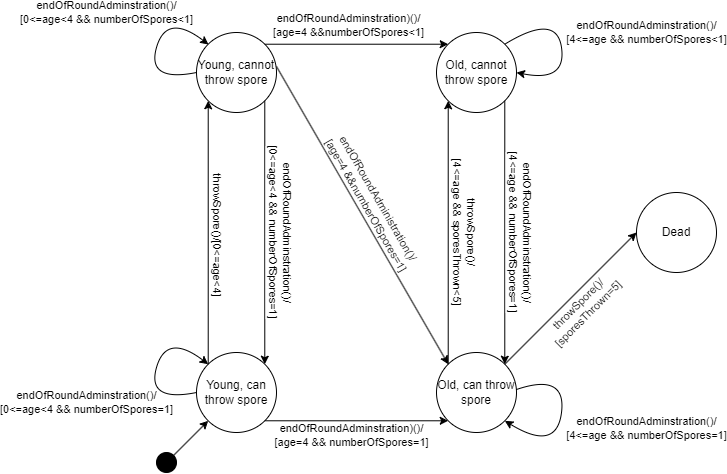
Darknet500/Pandora-Fungis keeps this draw.io diagram as UML/reszletes tervek state machinek/mushroom statemachine.png. Above is the earlier version. Source tidied: cells renumbered, new cells last; positions are measured from the earlier drawing's top-left corner, leaving out a move shared by most shapes.
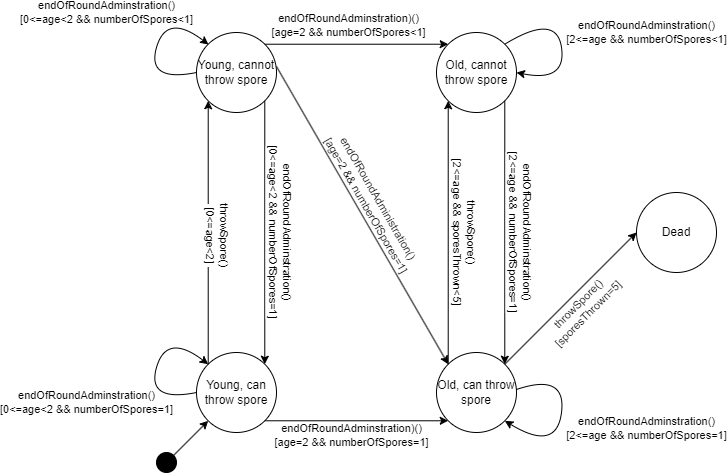
Later version of the same file.

Change to the diagram source:
```diff
@@ -26,7 +26,7 @@
     <mxCell id="9" style="endArrow=classic;html=1;rounded=0;entryX=0;entryY=1;entryDx=0;entryDy=0;exitX=0;exitY=0;exitDx=0;exitDy=0;" parent="1" edge="1" source="2" target="3">
       <mxGeometry relative="1" as="geometry" />
     </mxCell>
-    <mxCell id="10" value="throwSpore()/[0&amp;lt;=age&amp;lt;4]" style="edgeLabel;html=1;align=center;verticalAlign=middle;rotation=90;" parent="9" vertex="1">
+    <mxCell id="10" value="throwSpore()&lt;br&gt;[0&amp;lt;=age&amp;lt;2]" style="edgeLabel;html=1;align=center;verticalAlign=middle;rotation=90;" parent="9" vertex="1">
       <mxGeometry x="-0.02" y="-1" relative="1" as="geometry">
         <mxPoint x="9" as="offset" />
       </mxGeometry>
@@ -34,7 +34,7 @@
     <mxCell id="11" style="endArrow=classic;html=1;rounded=0;exitX=1;exitY=1;exitDx=0;exitDy=0;entryX=1;entryY=0;entryDx=0;entryDy=0;" parent="1" edge="1" source="3" target="2">
       <mxGeometry relative="1" as="geometry" />
     </mxCell>
-    <mxCell id="12" value="endOfRoundAdminstration()/&lt;br&gt;[0&amp;lt;=age&amp;lt;4 &amp;amp;&amp;amp; numberOfSpores=1]" style="edgeLabel;html=1;align=center;verticalAlign=middle;rotation=90;" parent="11" vertex="1">
+    <mxCell id="12" value="endOfRoundAdminstration()&lt;br&gt;[0&amp;lt;=age&amp;lt;2 &amp;amp;&amp;amp; numberOfSpores=1]" style="edgeLabel;html=1;align=center;verticalAlign=middle;rotation=90;" parent="11" vertex="1">
       <mxGeometry x="0.06" y="1" relative="1" as="geometry">
         <mxPoint x="15" y="-8" as="offset" />
       </mxGeometry>
@@ -42,7 +42,7 @@
     <mxCell id="13" style="endArrow=classic;html=1;rounded=0;exitX=1;exitY=0;exitDx=0;exitDy=0;entryX=0;entryY=0;entryDx=0;entryDy=0;" parent="1" edge="1" source="3" target="5">
       <mxGeometry relative="1" as="geometry" />
     </mxCell>
-    <mxCell id="14" value="endOfRoundAdminstration)()/&lt;br&gt;[age=4 &amp;amp;&amp;amp;numberOfSpores&amp;lt;1]" style="edgeLabel;html=1;align=center;verticalAlign=middle;" parent="13" vertex="1">
+    <mxCell id="14" value="endOfRoundAdminstration)()&lt;br&gt;[age=2 &amp;amp;&amp;amp; numberOfSpores&amp;lt;1]" style="edgeLabel;html=1;align=center;verticalAlign=middle;" parent="13" vertex="1">
       <mxGeometry x="-0.39" relative="1" as="geometry">
         <mxPoint x="27" y="-19" as="offset" />
       </mxGeometry>
@@ -50,7 +50,7 @@
     <mxCell id="15" style="endArrow=classic;html=1;rounded=0;exitX=1;exitY=1;exitDx=0;exitDy=0;entryX=0;entryY=1;entryDx=0;entryDy=0;" parent="1" edge="1" source="2" target="4">
       <mxGeometry relative="1" as="geometry" />
     </mxCell>
-    <mxCell id="16" value="endOfRoundAdminstration)()/&lt;br&gt;[age=4 &amp;amp;&amp;amp; numberOfSpores=1]" style="edgeLabel;html=1;align=center;verticalAlign=middle;" parent="15" vertex="1">
+    <mxCell id="16" value="endOfRoundAdminstration)()&lt;br&gt;[age=2 &amp;amp;&amp;amp; numberOfSpores=1]" style="edgeLabel;html=1;align=center;verticalAlign=middle;" parent="15" vertex="1">
       <mxGeometry x="-0.39" relative="1" as="geometry">
         <mxPoint x="30" y="14" as="offset" />
       </mxGeometry>
@@ -58,7 +58,7 @@
     <mxCell id="17" style="endArrow=classic;html=1;rounded=0;exitX=1;exitY=0.425;exitDx=0;exitDy=0;exitPerimeter=0;entryX=0;entryY=0;entryDx=0;entryDy=0;" parent="1" edge="1" source="3" target="4">
       <mxGeometry relative="1" as="geometry" />
     </mxCell>
-    <mxCell id="18" value="endOfRoundAdministration()/&lt;br&gt;[age=4 &amp;amp;&amp;amp;numberOfSpores=1]" style="edgeLabel;html=1;align=center;verticalAlign=middle;rotation=60;" parent="17" vertex="1">
+    <mxCell id="18" value="endOfRoundAdministration()&lt;br&gt;[age=2 &amp;amp;&amp;amp; numberOfSpores=1]" style="edgeLabel;html=1;align=center;verticalAlign=middle;rotation=60;" parent="17" vertex="1">
       <mxGeometry x="-0.1" y="-2" relative="1" as="geometry">
         <mxPoint x="20" y="-1" as="offset" />
       </mxGeometry>
@@ -66,7 +66,7 @@
     <mxCell id="19" style="endArrow=classic;html=1;rounded=0;entryX=0;entryY=1;entryDx=0;entryDy=0;exitX=0;exitY=0;exitDx=0;exitDy=0;" parent="1" edge="1" source="4" target="5">
       <mxGeometry relative="1" as="geometry" />
     </mxCell>
-    <mxCell id="20" value="throwSpore()/&lt;br&gt;[4&amp;lt;=age &amp;amp;&amp;amp; sporesThrown&amp;lt;5]" style="edgeLabel;html=1;align=center;verticalAlign=middle;rotation=90;" parent="19" vertex="1">
+    <mxCell id="20" value="throwSpore()&lt;br&gt;[2&amp;lt;=age &amp;amp;&amp;amp; sporesThrown&amp;lt;5]" style="edgeLabel;html=1;align=center;verticalAlign=middle;rotation=90;" parent="19" vertex="1">
       <mxGeometry x="-0.02" y="-1" relative="1" as="geometry">
         <mxPoint x="16" y="-3" as="offset" />
       </mxGeometry>
@@ -74,7 +74,7 @@
     <mxCell id="21" style="endArrow=classic;html=1;rounded=0;exitX=1;exitY=1;exitDx=0;exitDy=0;entryX=1;entryY=0;entryDx=0;entryDy=0;" parent="1" edge="1" source="5" target="4">
       <mxGeometry relative="1" as="geometry" />
     </mxCell>
-    <mxCell id="22" value="endOfRoundAdminstration()/&lt;br&gt;[4&amp;lt;=age &amp;amp;&amp;amp; numberOfSpores=1]" style="edgeLabel;html=1;align=center;verticalAlign=middle;rotation=90;" parent="21" vertex="1">
+    <mxCell id="22" value="endOfRoundAdminstration()&lt;br&gt;[2&amp;lt;=age &amp;amp;&amp;amp; numberOfSpores=1]" style="edgeLabel;html=1;align=center;verticalAlign=middle;rotation=90;" parent="21" vertex="1">
       <mxGeometry x="0.06" y="1" relative="1" as="geometry">
         <mxPoint x="15" y="-8" as="offset" />
       </mxGeometry>
@@ -82,12 +82,12 @@
     <mxCell id="23" style="endArrow=classic;html=1;rounded=0;exitX=1;exitY=0;exitDx=0;exitDy=0;entryX=0;entryY=0.5;entryDx=0;entryDy=0;" parent="1" edge="1" source="4" target="6">
       <mxGeometry relative="1" as="geometry" />
     </mxCell>
-    <mxCell id="24" value="throwSpore()/&lt;br&gt;[sporesThrown=5]" style="edgeLabel;html=1;align=center;verticalAlign=middle;rotation=-45;" parent="23" vertex="1">
+    <mxCell id="24" value="throwSpore()&lt;br&gt;[sporesThrown=5]" style="edgeLabel;html=1;align=center;verticalAlign=middle;rotation=-45;" parent="23" vertex="1">
       <mxGeometry x="0.24" y="-1" relative="1" as="geometry">
         <mxPoint x="-5" y="27" as="offset" />
       </mxGeometry>
     </mxCell>
-    <mxCell id="25" value="&lt;span style=&quot;color: rgb(0, 0, 0); font-family: Helvetica; font-size: 11px; font-style: normal; font-variant-ligatures: normal; font-variant-caps: normal; font-weight: 400; letter-spacing: normal; orphans: 2; text-align: center; text-indent: 0px; text-transform: none; widows: 2; word-spacing: 0px; -webkit-text-stroke-width: 0px; white-space: nowrap; text-decoration-thickness: initial; text-decoration-style: initial; text-decoration-color: initial; float: none; display: inline !important;&quot;&gt;endOfRoundAdminstration()/&lt;/span&gt;&lt;br style=&quot;forced-color-adjust: none; color: rgb(0, 0, 0); font-family: Helvetica; font-size: 11px; font-style: normal; font-variant-ligatures: normal; font-variant-caps: normal; font-weight: 400; letter-spacing: normal; orphans: 2; text-align: center; text-indent: 0px; text-transform: none; widows: 2; word-spacing: 0px; -webkit-text-stroke-width: 0px; white-space: nowrap; text-decoration-thickness: initial; text-decoration-style: initial; text-decoration-color: initial;&quot;&gt;&lt;span style=&quot;color: rgb(0, 0, 0); font-family: Helvetica; font-size: 11px; font-style: normal; font-variant-ligatures: normal; font-variant-caps: normal; font-weight: 400; letter-spacing: normal; orphans: 2; text-align: center; text-indent: 0px; text-transform: none; widows: 2; word-spacing: 0px; -webkit-text-stroke-width: 0px; white-space: nowrap; text-decoration-thickness: initial; text-decoration-style: initial; text-decoration-color: initial; float: none; display: inline !important;&quot;&gt;[0&amp;lt;=age&amp;lt;4 &amp;amp;&amp;amp; numberOfSpores=1]&lt;/span&gt;" style="curved=1;endArrow=classic;html=1;rounded=0;exitX=0;exitY=0.5;exitDx=0;exitDy=0;entryX=0;entryY=0;entryDx=0;entryDy=0;labelBackgroundColor=none;" parent="1" edge="1" source="2" target="2">
+    <mxCell id="25" value="&lt;span style=&quot;color: rgb(0, 0, 0); font-family: Helvetica; font-size: 11px; font-style: normal; font-variant-ligatures: normal; font-variant-caps: normal; font-weight: 400; letter-spacing: normal; orphans: 2; text-align: center; text-indent: 0px; text-transform: none; widows: 2; word-spacing: 0px; -webkit-text-stroke-width: 0px; white-space: nowrap; text-decoration-thickness: initial; text-decoration-style: initial; text-decoration-color: initial; float: none; display: inline !important;&quot;&gt;endOfRoundAdminstration()&lt;/span&gt;&lt;br style=&quot;forced-color-adjust: none; color: rgb(0, 0, 0); font-family: Helvetica; font-size: 11px; font-style: normal; font-variant-ligatures: normal; font-variant-caps: normal; font-weight: 400; letter-spacing: normal; orphans: 2; text-align: center; text-indent: 0px; text-transform: none; widows: 2; word-spacing: 0px; -webkit-text-stroke-width: 0px; white-space: nowrap; text-decoration-thickness: initial; text-decoration-style: initial; text-decoration-color: initial;&quot;&gt;&lt;span style=&quot;color: rgb(0, 0, 0); font-family: Helvetica; font-size: 11px; font-style: normal; font-variant-ligatures: normal; font-variant-caps: normal; font-weight: 400; letter-spacing: normal; orphans: 2; text-align: center; text-indent: 0px; text-transform: none; widows: 2; word-spacing: 0px; -webkit-text-stroke-width: 0px; white-space: nowrap; text-decoration-thickness: initial; text-decoration-style: initial; text-decoration-color: initial; float: none; display: inline !important;&quot;&gt;[0&amp;lt;=age&amp;lt;2 &amp;amp;&amp;amp; numberOfSpores=1]&lt;/span&gt;" style="curved=1;endArrow=classic;html=1;rounded=0;exitX=0;exitY=0.5;exitDx=0;exitDy=0;entryX=0;entryY=0;entryDx=0;entryDy=0;labelBackgroundColor=none;" parent="1" edge="1" source="2" target="2">
       <mxGeometry x="-0.42" y="60" relative="1" as="geometry">
         <Array as="points">
           <mxPoint y="390" />
@@ -96,7 +96,7 @@
         <mxPoint x="-2" y="16" as="offset" />
       </mxGeometry>
     </mxCell>
-    <mxCell id="26" value="&lt;span style=&quot;color: rgb(0, 0, 0); font-family: Helvetica; font-size: 11px; font-style: normal; font-variant-ligatures: normal; font-variant-caps: normal; font-weight: 400; letter-spacing: normal; orphans: 2; text-align: center; text-indent: 0px; text-transform: none; widows: 2; word-spacing: 0px; -webkit-text-stroke-width: 0px; white-space: nowrap; text-decoration-thickness: initial; text-decoration-style: initial; text-decoration-color: initial; float: none; display: inline !important;&quot;&gt;endOfRoundAdminstration()/&lt;/span&gt;&lt;br style=&quot;forced-color-adjust: none; color: rgb(0, 0, 0); font-family: Helvetica; font-size: 11px; font-style: normal; font-variant-ligatures: normal; font-variant-caps: normal; font-weight: 400; letter-spacing: normal; orphans: 2; text-align: center; text-indent: 0px; text-transform: none; widows: 2; word-spacing: 0px; -webkit-text-stroke-width: 0px; white-space: nowrap; text-decoration-thickness: initial; text-decoration-style: initial; text-decoration-color: initial;&quot;&gt;&lt;span style=&quot;color: rgb(0, 0, 0); font-family: Helvetica; font-size: 11px; font-style: normal; font-variant-ligatures: normal; font-variant-caps: normal; font-weight: 400; letter-spacing: normal; orphans: 2; text-align: center; text-indent: 0px; text-transform: none; widows: 2; word-spacing: 0px; -webkit-text-stroke-width: 0px; white-space: nowrap; text-decoration-thickness: initial; text-decoration-style: initial; text-decoration-color: initial; float: none; display: inline !important;&quot;&gt;[0&amp;lt;=age&amp;lt;4 &amp;amp;&amp;amp; numberOfSpores&amp;lt;1]&lt;/span&gt;" style="curved=1;endArrow=classic;html=1;rounded=0;exitX=0;exitY=0.5;exitDx=0;exitDy=0;entryX=0;entryY=0;entryDx=0;entryDy=0;labelBackgroundColor=none;" parent="1" edge="1">
+    <mxCell id="26" value="&lt;span style=&quot;color: rgb(0, 0, 0); font-family: Helvetica; font-size: 11px; font-style: normal; font-variant-ligatures: normal; font-variant-caps: normal; font-weight: 400; letter-spacing: normal; orphans: 2; text-align: center; text-indent: 0px; text-transform: none; widows: 2; word-spacing: 0px; -webkit-text-stroke-width: 0px; white-space: nowrap; text-decoration-thickness: initial; text-decoration-style: initial; text-decoration-color: initial; float: none; display: inline !important;&quot;&gt;endOfRoundAdminstration()&lt;/span&gt;&lt;br style=&quot;forced-color-adjust: none; color: rgb(0, 0, 0); font-family: Helvetica; font-size: 11px; font-style: normal; font-variant-ligatures: normal; font-variant-caps: normal; font-weight: 400; letter-spacing: normal; orphans: 2; text-align: center; text-indent: 0px; text-transform: none; widows: 2; word-spacing: 0px; -webkit-text-stroke-width: 0px; white-space: nowrap; text-decoration-thickness: initial; text-decoration-style: initial; text-decoration-color: initial;&quot;&gt;&lt;span style=&quot;color: rgb(0, 0, 0); font-family: Helvetica; font-size: 11px; font-style: normal; font-variant-ligatures: normal; font-variant-caps: normal; font-weight: 400; letter-spacing: normal; orphans: 2; text-align: center; text-indent: 0px; text-transform: none; widows: 2; word-spacing: 0px; -webkit-text-stroke-width: 0px; white-space: nowrap; text-decoration-thickness: initial; text-decoration-style: initial; text-decoration-color: initial; float: none; display: inline !important;&quot;&gt;[0&amp;lt;=age&amp;lt;2 &amp;amp;&amp;amp; numberOfSpores&amp;lt;1]&lt;/span&gt;" style="curved=1;endArrow=classic;html=1;rounded=0;exitX=0;exitY=0.5;exitDx=0;exitDy=0;entryX=0;entryY=0;entryDx=0;entryDy=0;labelBackgroundColor=none;" parent="1" edge="1">
       <mxGeometry x="0.22" y="58" relative="1" as="geometry">
         <mxPoint x="50" y="60" as="sourcePoint" />
         <mxPoint x="62" y="32" as="targetPoint" />
@@ -106,7 +106,7 @@
         </Array>
       </mxGeometry>
     </mxCell>
-    <mxCell id="27" value="&lt;span style=&quot;color: rgb(0, 0, 0); font-family: Helvetica; font-size: 11px; font-style: normal; font-variant-ligatures: normal; font-variant-caps: normal; font-weight: 400; letter-spacing: normal; orphans: 2; text-align: center; text-indent: 0px; text-transform: none; widows: 2; word-spacing: 0px; -webkit-text-stroke-width: 0px; white-space: nowrap; text-decoration-thickness: initial; text-decoration-style: initial; text-decoration-color: initial; float: none; display: inline !important;&quot;&gt;endOfRoundAdminstration()/&lt;/span&gt;&lt;br style=&quot;forced-color-adjust: none; color: rgb(0, 0, 0); font-family: Helvetica; font-size: 11px; font-style: normal; font-variant-ligatures: normal; font-variant-caps: normal; font-weight: 400; letter-spacing: normal; orphans: 2; text-align: center; text-indent: 0px; text-transform: none; widows: 2; word-spacing: 0px; -webkit-text-stroke-width: 0px; white-space: nowrap; text-decoration-thickness: initial; text-decoration-style: initial; text-decoration-color: initial;&quot;&gt;&lt;span style=&quot;color: rgb(0, 0, 0); font-family: Helvetica; font-size: 11px; font-style: normal; font-variant-ligatures: normal; font-variant-caps: normal; font-weight: 400; letter-spacing: normal; orphans: 2; text-align: center; text-indent: 0px; text-transform: none; widows: 2; word-spacing: 0px; -webkit-text-stroke-width: 0px; white-space: nowrap; text-decoration-thickness: initial; text-decoration-style: initial; text-decoration-color: initial; float: none; display: inline !important;&quot;&gt;[4&amp;lt;=age &amp;amp;&amp;amp; numberOfSpores&amp;lt;1]&lt;/span&gt;" style="curved=1;endArrow=classic;html=1;rounded=0;exitX=1;exitY=0;exitDx=0;exitDy=0;entryX=1;entryY=0.5;entryDx=0;entryDy=0;labelBackgroundColor=none;" parent="1" edge="1" source="5" target="5">
+    <mxCell id="27" value="&lt;span style=&quot;color: rgb(0, 0, 0); font-family: Helvetica; font-size: 11px; font-style: normal; font-variant-ligatures: normal; font-variant-caps: normal; font-weight: 400; letter-spacing: normal; orphans: 2; text-align: center; text-indent: 0px; text-transform: none; widows: 2; word-spacing: 0px; -webkit-text-stroke-width: 0px; white-space: nowrap; text-decoration-thickness: initial; text-decoration-style: initial; text-decoration-color: initial; float: none; display: inline !important;&quot;&gt;endOfRoundAdminstration()&lt;/span&gt;&lt;br style=&quot;forced-color-adjust: none; color: rgb(0, 0, 0); font-family: Helvetica; font-size: 11px; font-style: normal; font-variant-ligatures: normal; font-variant-caps: normal; font-weight: 400; letter-spacing: normal; orphans: 2; text-align: center; text-indent: 0px; text-transform: none; widows: 2; word-spacing: 0px; -webkit-text-stroke-width: 0px; white-space: nowrap; text-decoration-thickness: initial; text-decoration-style: initial; text-decoration-color: initial;&quot;&gt;&lt;span style=&quot;color: rgb(0, 0, 0); font-family: Helvetica; font-size: 11px; font-style: normal; font-variant-ligatures: normal; font-variant-caps: normal; font-weight: 400; letter-spacing: normal; orphans: 2; text-align: center; text-indent: 0px; text-transform: none; widows: 2; word-spacing: 0px; -webkit-text-stroke-width: 0px; white-space: nowrap; text-decoration-thickness: initial; text-decoration-style: initial; text-decoration-color: initial; float: none; display: inline !important;&quot;&gt;[2&amp;lt;=age &amp;amp;&amp;amp; numberOfSpores&amp;lt;1]&lt;/span&gt;" style="curved=1;endArrow=classic;html=1;rounded=0;exitX=1;exitY=0;exitDx=0;exitDy=0;entryX=1;entryY=0.5;entryDx=0;entryDy=0;labelBackgroundColor=none;" parent="1" edge="1" source="5" target="5">
       <mxGeometry x="0.02" y="86" relative="1" as="geometry">
         <Array as="points">
           <mxPoint x="410" />
@@ -114,7 +114,7 @@
         </Array>
       </mxGeometry>
     </mxCell>
-    <mxCell id="28" value="&lt;span style=&quot;color: rgb(0, 0, 0); font-family: Helvetica; font-size: 11px; font-style: normal; font-variant-ligatures: normal; font-variant-caps: normal; font-weight: 400; letter-spacing: normal; orphans: 2; text-align: center; text-indent: 0px; text-transform: none; widows: 2; word-spacing: 0px; -webkit-text-stroke-width: 0px; white-space: nowrap; text-decoration-thickness: initial; text-decoration-style: initial; text-decoration-color: initial; float: none; display: inline !important;&quot;&gt;endOfRoundAdminstration()/&lt;/span&gt;&lt;br style=&quot;forced-color-adjust: none; color: rgb(0, 0, 0); font-family: Helvetica; font-size: 11px; font-style: normal; font-variant-ligatures: normal; font-variant-caps: normal; font-weight: 400; letter-spacing: normal; orphans: 2; text-align: center; text-indent: 0px; text-transform: none; widows: 2; word-spacing: 0px; -webkit-text-stroke-width: 0px; white-space: nowrap; text-decoration-thickness: initial; text-decoration-style: initial; text-decoration-color: initial;&quot;&gt;&lt;span style=&quot;color: rgb(0, 0, 0); font-family: Helvetica; font-size: 11px; font-style: normal; font-variant-ligatures: normal; font-variant-caps: normal; font-weight: 400; letter-spacing: normal; orphans: 2; text-align: center; text-indent: 0px; text-transform: none; widows: 2; word-spacing: 0px; -webkit-text-stroke-width: 0px; white-space: nowrap; text-decoration-thickness: initial; text-decoration-style: initial; text-decoration-color: initial; float: none; display: inline !important;&quot;&gt;[4&amp;lt;=age &amp;amp;&amp;amp; numberOfSpores=1]&lt;/span&gt;" style="curved=1;endArrow=classic;html=1;rounded=0;exitX=1;exitY=0;exitDx=0;exitDy=0;entryX=1;entryY=1;entryDx=0;entryDy=0;labelBackgroundColor=none;" parent="1" edge="1" target="4">
+    <mxCell id="28" value="&lt;span style=&quot;color: rgb(0, 0, 0); font-family: Helvetica; font-size: 11px; font-style: normal; font-variant-ligatures: normal; font-variant-caps: normal; font-weight: 400; letter-spacing: normal; orphans: 2; text-align: center; text-indent: 0px; text-transform: none; widows: 2; word-spacing: 0px; -webkit-text-stroke-width: 0px; white-space: nowrap; text-decoration-thickness: initial; text-decoration-style: initial; text-decoration-color: initial; float: none; display: inline !important;&quot;&gt;endOfRoundAdminstration()&lt;/span&gt;&lt;br style=&quot;forced-color-adjust: none; color: rgb(0, 0, 0); font-family: Helvetica; font-size: 11px; font-style: normal; font-variant-ligatures: normal; font-variant-caps: normal; font-weight: 400; letter-spacing: normal; orphans: 2; text-align: center; text-indent: 0px; text-transform: none; widows: 2; word-spacing: 0px; -webkit-text-stroke-width: 0px; white-space: nowrap; text-decoration-thickness: initial; text-decoration-style: initial; text-decoration-color: initial;&quot;&gt;&lt;span style=&quot;color: rgb(0, 0, 0); font-family: Helvetica; font-size: 11px; font-style: normal; font-variant-ligatures: normal; font-variant-caps: normal; font-weight: 400; letter-spacing: normal; orphans: 2; text-align: center; text-indent: 0px; text-transform: none; widows: 2; word-spacing: 0px; -webkit-text-stroke-width: 0px; white-space: nowrap; text-decoration-thickness: initial; text-decoration-style: initial; text-decoration-color: initial; float: none; display: inline !important;&quot;&gt;[2&amp;lt;=age &amp;amp;&amp;amp; numberOfSpores=1]&lt;/span&gt;" style="curved=1;endArrow=classic;html=1;rounded=0;exitX=1;exitY=0;exitDx=0;exitDy=0;entryX=1;entryY=1;entryDx=0;entryDy=0;labelBackgroundColor=none;" parent="1" edge="1" target="4">
       <mxGeometry x="0.02" y="86" relative="1" as="geometry">
         <mxPoint x="370" y="377" as="sourcePoint" />
         <Array as="points">
```
